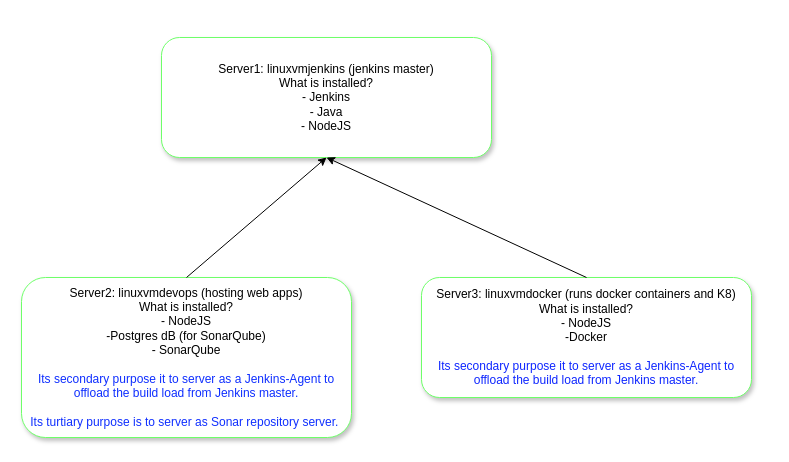
Above: page "DevOps Environment" (4 of 5) of githudemo.drawio in mishrabp/mydevops (draw.io), before the change. Source tidied: cells renumbered, new cells numbered last; positions are measured from the earlier drawing's top-left corner, leaving out a move shared by most shapes. Both pictures are drawn from the tidied source at 100%, with x=0, y=0 at pixel (21, 37).
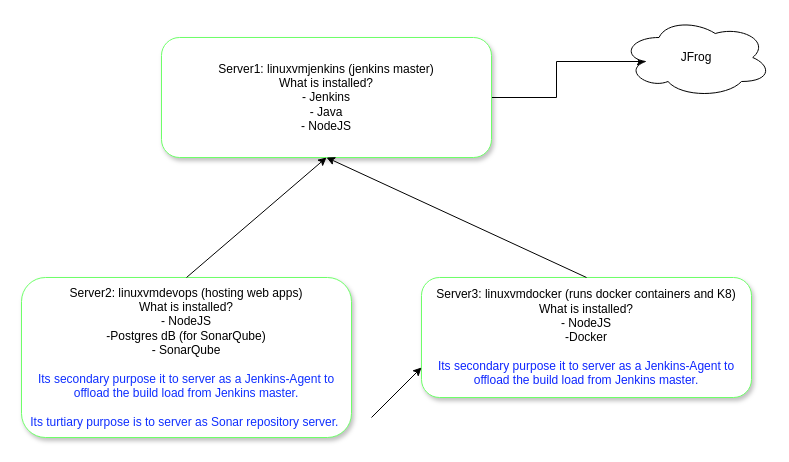
The same diagram, later.

Diff of the diagram source:
```diff
@@
 <mxGraphModel>
   <root>
     <mxCell id="0" />
     <mxCell id="1" parent="0" />
+    <mxCell id="7" style="edgeStyle=orthogonalEdgeStyle;rounded=0;jettySize=auto;html=1;exitX=1;exitY=0.5;exitDx=0;exitDy=0;entryX=0.16;entryY=0.55;entryDx=0;entryDy=0;entryPerimeter=0;" parent="1" edge="1" source="2" target="8">
+      <mxGeometry relative="1" as="geometry" />
+    </mxCell>
     <mxCell id="2" value="Server1: linuxvmjenkins (jenkins master)&lt;br&gt;What is installed?&lt;br&gt;- Jenkins&lt;br&gt;- Java&lt;br&gt;- NodeJS" style="rounded=1;whiteSpace=wrap;html=1;shadow=1;strokeColor=#6EFF69;" parent="1" vertex="1">
       <mxGeometry x="140" width="330" height="120" as="geometry" />
     </mxCell>
     <mxCell id="3" value="Server2: linuxvmdevops (hosting web apps)&lt;br&gt;What is installed?&lt;br&gt;- NodeJS&lt;br&gt;-Postgres dB (for SonarQube)&lt;br&gt;- SonarQube&lt;br&gt;&lt;br&gt;&lt;font color=&quot;#0f2fff&quot;&gt;Its secondary purpose it to server as a Jenkins-Agent to offload the build load from Jenkins master.&lt;br&gt;&lt;br&gt;Its turtiary purpose is to server as Sonar repository server.&amp;nbsp;&lt;br&gt;&lt;/font&gt;" style="rounded=1;whiteSpace=wrap;html=1;shadow=1;strokeColor=#6EFF69;" parent="1" vertex="1">
       <mxGeometry y="240" width="330" height="160" as="geometry" />
     </mxCell>
     <mxCell id="4" value="Server3: linuxvmdocker (runs docker containers and K8)&lt;br&gt;What is installed?&lt;br&gt;- NodeJS&lt;br&gt;-Docker&lt;br&gt;&lt;br&gt;&lt;font color=&quot;#0f27ff&quot;&gt;Its secondary purpose it to server as a Jenkins-Agent to offload the build load from Jenkins master.&lt;/font&gt;" style="rounded=1;whiteSpace=wrap;html=1;shadow=1;strokeColor=#6EFF69;" parent="1" vertex="1">
       <mxGeometry x="400" y="240" width="330" height="120" as="geometry" />
     </mxCell>
     <mxCell id="5" style="endArrow=classic;html=1;entryX=0.5;entryY=1;entryDx=0;entryDy=0;exitX=0.5;exitY=0;exitDx=0;exitDy=0;" parent="1" edge="1" source="3" target="2">
       <mxGeometry relative="1" as="geometry" />
     </mxCell>
     <mxCell id="6" style="endArrow=classic;html=1;entryX=0.5;entryY=1;entryDx=0;entryDy=0;exitX=0.5;exitY=0;exitDx=0;exitDy=0;" parent="1" edge="1" source="4" target="2">
       <mxGeometry relative="1" as="geometry" />
     </mxCell>
+    <mxCell id="8" value="JFrog" style="ellipse;shape=cloud;whiteSpace=wrap;html=1;" parent="1" vertex="1">
+      <mxGeometry x="600" y="-20" width="150" height="80" as="geometry" />
+    </mxCell>
+    <mxCell id="9" style="endArrow=classic;html=1;" parent="1" edge="1">
+      <mxGeometry relative="1" as="geometry">
+        <mxPoint x="350" y="380" as="sourcePoint" />
+        <mxPoint x="400" y="330" as="targetPoint" />
+      </mxGeometry>
+    </mxCell>
   </root>
 </mxGraphModel>
```
